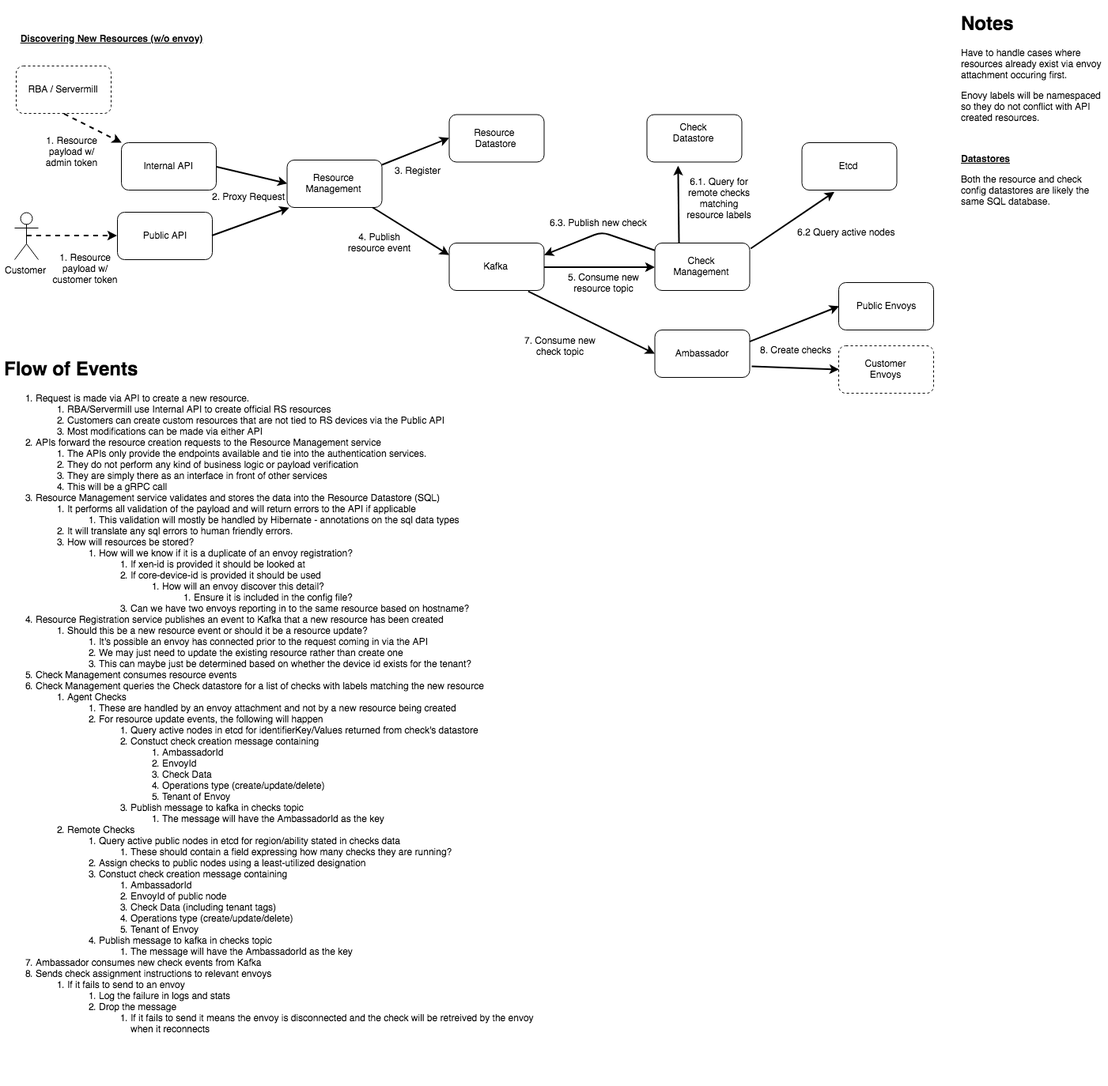
Earlier version of the draw.io export docs/resource-creation-api.drawio.png (racker/salus-telemetry-bundle). Source tidied: cells renumbered, new cells last; positions are measured from the earlier drawing's top-left corner, leaving out a move shared by most shapes.
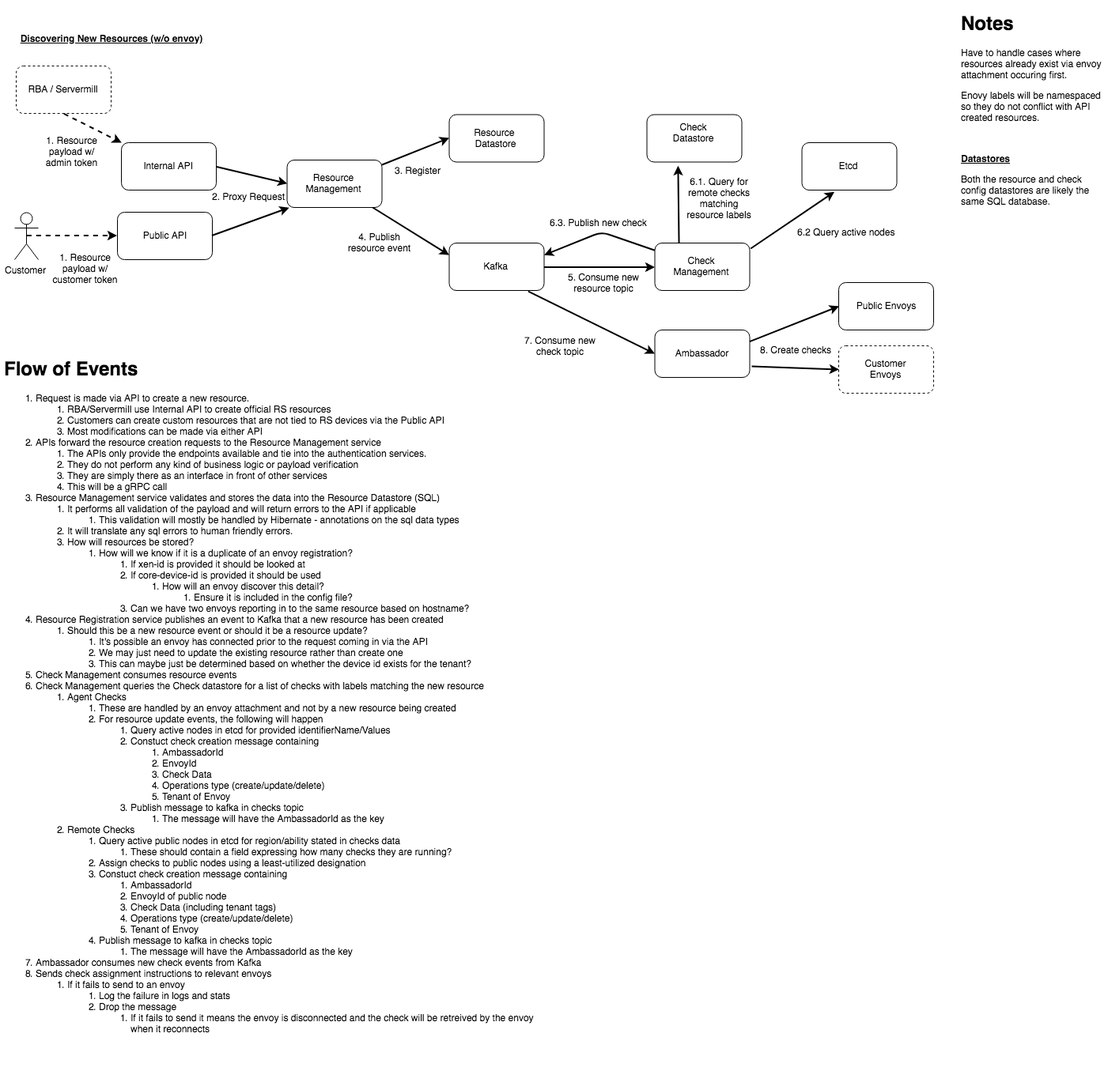
After the commit.

Commit message:
Check creation diagram

The edit, as a diff of the source:
```diff
@@ -96,7 +96,7 @@
     <mxCell id="31" value="Public Envoys" style="rounded=1;whiteSpace=wrap;html=1;" parent="1" vertex="1">
       <mxGeometry x="1060" y="347" width="120" height="60" as="geometry" />
     </mxCell>
-    <mxCell id="32" value="&lt;h1&gt;Flow of Events&lt;/h1&gt;&lt;p&gt;&lt;/p&gt;&lt;ol&gt;&lt;li&gt;Request is made via API to create a new resource.&lt;br&gt;&lt;/li&gt;&lt;ol&gt;&lt;li&gt;RBA/Servermill use Internal API to create official RS resources&lt;/li&gt;&lt;li&gt;Customers can create custom resources that are not tied to RS devices via the Public API&lt;/li&gt;&lt;li&gt;Most modifications can be made via either API&lt;/li&gt;&lt;/ol&gt;&lt;li&gt;APIs forward the resource creation requests to the Resource Management service&lt;/li&gt;&lt;ol&gt;&lt;li&gt;The APIs only provide the endpoints available and tie into the authentication services.&lt;/li&gt;&lt;li&gt;They do not perform any kind of business logic or payload verification&lt;/li&gt;&lt;li&gt;They are simply there as an interface in front of other services&lt;/li&gt;&lt;li&gt;This will be a gRPC call&lt;/li&gt;&lt;/ol&gt;&lt;li&gt;Resource Management service validates and stores the data into the Resource Datastore (SQL)&lt;/li&gt;&lt;ol&gt;&lt;li&gt;It performs all validation of the payload and will return errors to the API if applicable&lt;/li&gt;&lt;ol&gt;&lt;li&gt;This validation will mostly be handled by Hibernate - annotations on the sql data types&lt;/li&gt;&lt;/ol&gt;&lt;li&gt;It will translate any sql errors to human friendly errors.&lt;/li&gt;&lt;li&gt;How will resources be stored?&lt;/li&gt;&lt;ol&gt;&lt;li&gt;How will we know if it is a duplicate of an envoy registration?&lt;/li&gt;&lt;ol&gt;&lt;li&gt;If xen-id is provided it should be looked at&lt;/li&gt;&lt;li&gt;If core-device-id is provided it should be used&lt;/li&gt;&lt;ol&gt;&lt;li&gt;How will an envoy discover this detail?&lt;/li&gt;&lt;ol&gt;&lt;li&gt;Ensure it is included in the config file?&lt;/li&gt;&lt;/ol&gt;&lt;/ol&gt;&lt;li&gt;Can we have two envoys reporting in to the same resource based on hostname?&lt;/li&gt;&lt;/ol&gt;&lt;/ol&gt;&lt;/ol&gt;&lt;li&gt;Resource Registration service publishes an event to Kafka that a new resource has been created&lt;/li&gt;&lt;ol&gt;&lt;li&gt;Should this be a new resource event or should it be a resource update?&lt;/li&gt;&lt;ol&gt;&lt;li&gt;It's possible an envoy has connected prior to the request coming in via the API&lt;/li&gt;&lt;li&gt;We may just need to update the existing resource rather than create one&lt;/li&gt;&lt;li&gt;This can maybe just be determined based on whether the device id exists for the tenant?&lt;/li&gt;&lt;/ol&gt;&lt;/ol&gt;&lt;li&gt;Check Management consumes resource events&lt;/li&gt;&lt;li&gt;Check Management&amp;nbsp;queries the Check datastore for a list of checks with labels matching the new resource&lt;br&gt;&lt;/li&gt;&lt;ol&gt;&lt;li&gt;Agent Checks&lt;/li&gt;&lt;ol&gt;&lt;li&gt;These are handled by an envoy attachment and not by a new resource being created&lt;/li&gt;&lt;li&gt;For resource update events, the following will happen&lt;/li&gt;&lt;ol&gt;&lt;li&gt;Query active nodes in etcd for identifierKey/Values returned from check's datastore&lt;/li&gt;&lt;li&gt;Constuct check creation message containing&lt;/li&gt;&lt;ol&gt;&lt;li&gt;AmbassadorId&lt;/li&gt;&lt;li&gt;EnvoyId&lt;/li&gt;&lt;li&gt;Check Data&lt;/li&gt;&lt;li&gt;Operations type (create/update/delete)&lt;/li&gt;&lt;li&gt;Tenant of Envoy&lt;/li&gt;&lt;/ol&gt;&lt;li&gt;Publish message to kafka in checks topic&amp;nbsp;&lt;br&gt;&lt;/li&gt;&lt;ol&gt;&lt;li&gt;The message will have the AmbassadorId as the key&lt;/li&gt;&lt;/ol&gt;&lt;/ol&gt;&lt;/ol&gt;&lt;li&gt;Remote Checks&lt;/li&gt;&lt;ol&gt;&lt;li&gt;Query active public nodes in etcd for region/ability stated in checks data&lt;/li&gt;&lt;ol&gt;&lt;li&gt;These should contain a field expressing how many checks they are running?&lt;/li&gt;&lt;/ol&gt;&lt;li&gt;Assign checks to public nodes using a least-utilized designation&lt;/li&gt;&lt;li&gt;Constuct check creation message containing&lt;/li&gt;&lt;ol&gt;&lt;li&gt;AmbassadorId&lt;/li&gt;&lt;li&gt;EnvoyId of public node&lt;/li&gt;&lt;li&gt;Check Data (including tenant tags)&lt;/li&gt;&lt;li&gt;Operations type (create/update/delete)&lt;/li&gt;&lt;li&gt;Tenant of Envoy&lt;/li&gt;&lt;/ol&gt;&lt;li&gt;Publish message to kafka in checks topic&lt;br&gt;&lt;/li&gt;&lt;ol&gt;&lt;li&gt;The message will have the AmbassadorId as the key&lt;/li&gt;&lt;/ol&gt;&lt;/ol&gt;&lt;/ol&gt;&lt;li&gt;Ambassador consumes new check events from Kafka&lt;/li&gt;&lt;li&gt;Sends check assignment instructions to relevant envoys&lt;/li&gt;&lt;ol&gt;&lt;li&gt;If it fails to send to an envoy&lt;/li&gt;&lt;ol&gt;&lt;li&gt;Log the failure in logs and stats&lt;/li&gt;&lt;li&gt;Drop the message&lt;/li&gt;&lt;ol&gt;&lt;li&gt;If it fails to send it means the envoy is disconnected and the check will be retreived by the envoy when it reconnects&lt;/li&gt;&lt;/ol&gt;&lt;/ol&gt;&lt;/ol&gt;&lt;/ol&gt;&lt;p&gt;&lt;/p&gt;" style="text;html=1;strokeColor=none;fillColor=none;spacing=5;spacingTop=-20;whiteSpace=wrap;overflow=hidden;rounded=0;dashed=1;" parent="1" vertex="1">
+    <mxCell id="32" value="&lt;h1&gt;Flow of Events&lt;/h1&gt;&lt;p&gt;&lt;/p&gt;&lt;ol&gt;&lt;li&gt;Request is made via API to create a new resource.&lt;br&gt;&lt;/li&gt;&lt;ol&gt;&lt;li&gt;RBA/Servermill use Internal API to create official RS resources&lt;/li&gt;&lt;li&gt;Customers can create custom resources that are not tied to RS devices via the Public API&lt;/li&gt;&lt;li&gt;Most modifications can be made via either API&lt;/li&gt;&lt;/ol&gt;&lt;li&gt;APIs forward the resource creation requests to the Resource Management service&lt;/li&gt;&lt;ol&gt;&lt;li&gt;The APIs only provide the endpoints available and tie into the authentication services.&lt;/li&gt;&lt;li&gt;They do not perform any kind of business logic or payload verification&lt;/li&gt;&lt;li&gt;They are simply there as an interface in front of other services&lt;/li&gt;&lt;li&gt;This will be a gRPC call&lt;/li&gt;&lt;/ol&gt;&lt;li&gt;Resource Management service validates and stores the data into the Resource Datastore (SQL)&lt;/li&gt;&lt;ol&gt;&lt;li&gt;It performs all validation of the payload and will return errors to the API if applicable&lt;/li&gt;&lt;ol&gt;&lt;li&gt;This validation will mostly be handled by Hibernate - annotations on the sql data types&lt;/li&gt;&lt;/ol&gt;&lt;li&gt;It will translate any sql errors to human friendly errors.&lt;/li&gt;&lt;li&gt;How will resources be stored?&lt;/li&gt;&lt;ol&gt;&lt;li&gt;How will we know if it is a duplicate of an envoy registration?&lt;/li&gt;&lt;ol&gt;&lt;li&gt;If xen-id is provided it should be looked at&lt;/li&gt;&lt;li&gt;If core-device-id is provided it should be used&lt;/li&gt;&lt;ol&gt;&lt;li&gt;How will an envoy discover this detail?&lt;/li&gt;&lt;ol&gt;&lt;li&gt;Ensure it is included in the config file?&lt;/li&gt;&lt;/ol&gt;&lt;/ol&gt;&lt;li&gt;Can we have two envoys reporting in to the same resource based on hostname?&lt;/li&gt;&lt;/ol&gt;&lt;/ol&gt;&lt;/ol&gt;&lt;li&gt;Resource Registration service publishes an event to Kafka that a new resource has been created&lt;/li&gt;&lt;ol&gt;&lt;li&gt;Should this be a new resource event or should it be a resource update?&lt;/li&gt;&lt;ol&gt;&lt;li&gt;It's possible an envoy has connected prior to the request coming in via the API&lt;/li&gt;&lt;li&gt;We may just need to update the existing resource rather than create one&lt;/li&gt;&lt;li&gt;This can maybe just be determined based on whether the device id exists for the tenant?&lt;/li&gt;&lt;/ol&gt;&lt;/ol&gt;&lt;li&gt;Check Management consumes resource events&lt;/li&gt;&lt;li&gt;Check Management&amp;nbsp;queries the Check datastore for a list of checks with labels matching the new resource&lt;br&gt;&lt;/li&gt;&lt;ol&gt;&lt;li&gt;Agent Checks&lt;/li&gt;&lt;ol&gt;&lt;li&gt;These are handled by an envoy attachment and not by a new resource being created&lt;/li&gt;&lt;li&gt;For resource update events, the following will happen&lt;/li&gt;&lt;ol&gt;&lt;li&gt;Query active nodes in etcd for provided identifierName/Values&lt;/li&gt;&lt;li&gt;Constuct check creation message containing&lt;/li&gt;&lt;ol&gt;&lt;li&gt;AmbassadorId&lt;/li&gt;&lt;li&gt;EnvoyId&lt;/li&gt;&lt;li&gt;Check Data&lt;/li&gt;&lt;li&gt;Operations type (create/update/delete)&lt;/li&gt;&lt;li&gt;Tenant of Envoy&lt;/li&gt;&lt;/ol&gt;&lt;li&gt;Publish message to kafka in checks topic&amp;nbsp;&lt;br&gt;&lt;/li&gt;&lt;ol&gt;&lt;li&gt;The message will have the AmbassadorId as the key&lt;/li&gt;&lt;/ol&gt;&lt;/ol&gt;&lt;/ol&gt;&lt;li&gt;Remote Checks&lt;/li&gt;&lt;ol&gt;&lt;li&gt;Query active public nodes in etcd for region/ability stated in checks data&lt;/li&gt;&lt;ol&gt;&lt;li&gt;These should contain a field expressing how many checks they are running?&lt;/li&gt;&lt;/ol&gt;&lt;li&gt;Assign checks to public nodes using a least-utilized designation&lt;/li&gt;&lt;li&gt;Constuct check creation message containing&lt;/li&gt;&lt;ol&gt;&lt;li&gt;AmbassadorId&lt;/li&gt;&lt;li&gt;EnvoyId of public node&lt;/li&gt;&lt;li&gt;Check Data (including tenant tags)&lt;/li&gt;&lt;li&gt;Operations type (create/update/delete)&lt;/li&gt;&lt;li&gt;Tenant of Envoy&lt;/li&gt;&lt;/ol&gt;&lt;li&gt;Publish message to kafka in checks topic&lt;br&gt;&lt;/li&gt;&lt;ol&gt;&lt;li&gt;The message will have the AmbassadorId as the key&lt;/li&gt;&lt;/ol&gt;&lt;/ol&gt;&lt;/ol&gt;&lt;li&gt;Ambassador consumes new check events from Kafka&lt;/li&gt;&lt;li&gt;Sends check assignment instructions to relevant envoys&lt;/li&gt;&lt;ol&gt;&lt;li&gt;If it fails to send to an envoy&lt;/li&gt;&lt;ol&gt;&lt;li&gt;Log the failure in logs and stats&lt;/li&gt;&lt;li&gt;Drop the message&lt;/li&gt;&lt;ol&gt;&lt;li&gt;If it fails to send it means the envoy is disconnected and the check will be retreived by the envoy when it reconnects&lt;/li&gt;&lt;/ol&gt;&lt;/ol&gt;&lt;/ol&gt;&lt;/ol&gt;&lt;p&gt;&lt;/p&gt;" style="text;html=1;strokeColor=none;fillColor=none;spacing=5;spacingTop=-20;whiteSpace=wrap;overflow=hidden;rounded=0;dashed=1;" parent="1" vertex="1">
       <mxGeometry y="437" width="680" height="926" as="geometry" />
     </mxCell>
     <mxCell id="33" value="2. Proxy Request&lt;br&gt;&lt;br&gt;" style="text;html=1;align=left;verticalAlign=top;spacingTop=-4;" parent="1" vertex="1">
```
